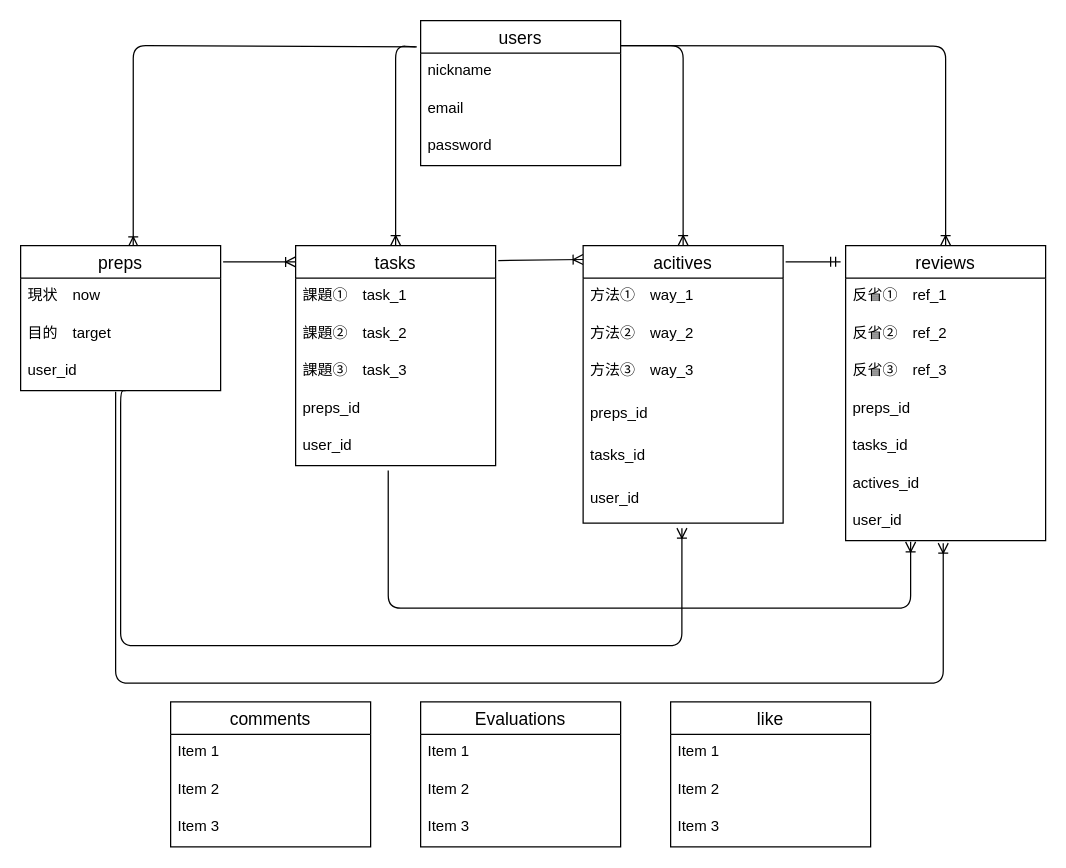
Earlier version of the draw.io diagram er.dio (tetutetu214/tekagami_2.0.0). Source tidied: cells renumbered, new cells numbered last; positions are measured from the earlier drawing's top-left corner, leaving out a move shared by most shapes. Both pictures are drawn from the tidied source at 125%, with x=0, y=0 at pixel (20, 20).
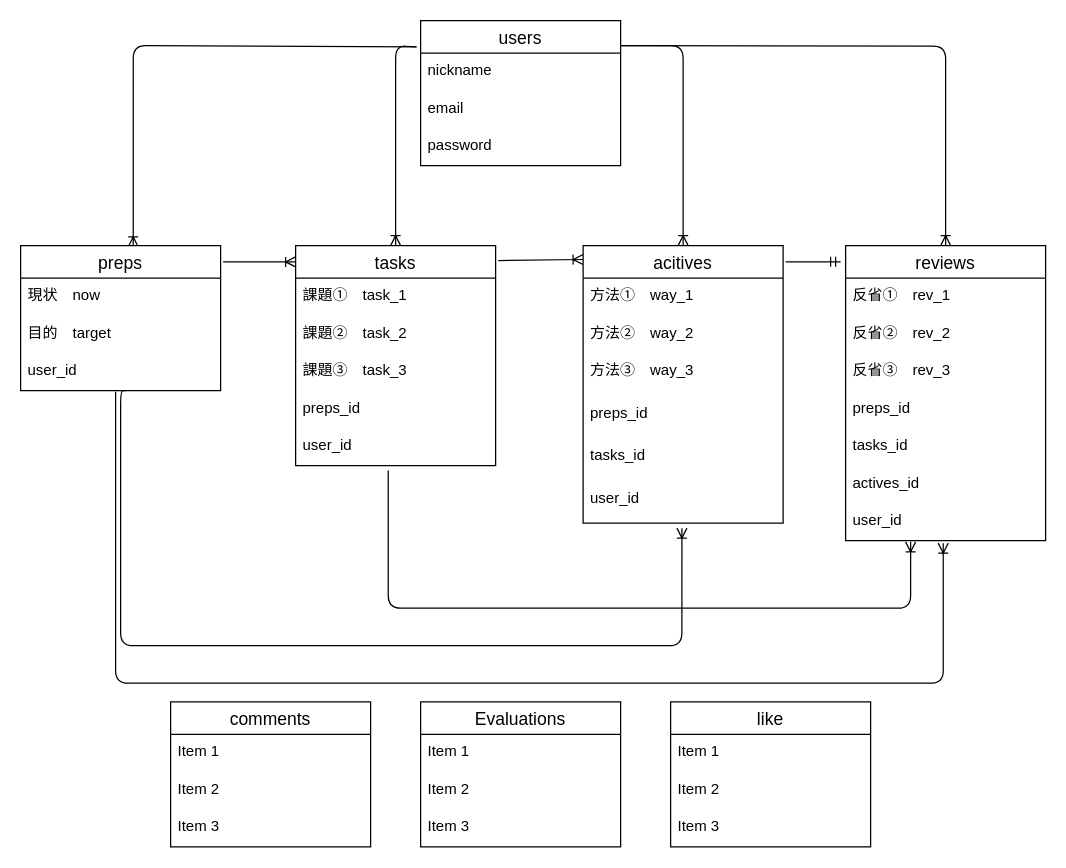
Above is the later version.

The change refers to these unchanged cells:
```xml
<mxCell id="23" value="reviews" style="swimlane;fontStyle=0;horizontal=1;startSize=26;align=center;fontSize=14;" parent="1" vertex="1">
  <mxGeometry x="660" y="180" width="160" height="236" as="geometry" />
</mxCell>
```

Change to the diagram source:
```diff
@@
-    <mxCell id="24" value="反省①　ref_1" style="text;strokeColor=none;fillColor=none;spacingLeft=4;spacingRight=4;overflow=hidden;fontSize=12;" parent="23" vertex="1">
+    <mxCell id="24" value="反省①　rev_1" style="text;strokeColor=none;fillColor=none;spacingLeft=4;spacingRight=4;overflow=hidden;fontSize=12;" parent="23" vertex="1">
       <mxGeometry y="26" width="160" height="30" as="geometry" />
     </mxCell>
-    <mxCell id="25" value="反省②　ref_2" style="text;strokeColor=none;fillColor=none;spacingLeft=4;spacingRight=4;overflow=hidden;fontSize=12;" parent="23" vertex="1">
+    <mxCell id="25" value="反省②　rev_2" style="text;strokeColor=none;fillColor=none;spacingLeft=4;spacingRight=4;overflow=hidden;fontSize=12;" parent="23" vertex="1">
       <mxGeometry y="56" width="160" height="30" as="geometry" />
     </mxCell>
-    <mxCell id="26" value="反省③　ref_3" style="text;strokeColor=none;fillColor=none;spacingLeft=4;spacingRight=4;overflow=hidden;fontSize=12;" parent="23" vertex="1">
+    <mxCell id="26" value="反省③　rev_3" style="text;strokeColor=none;fillColor=none;spacingLeft=4;spacingRight=4;overflow=hidden;fontSize=12;" parent="23" vertex="1">
       <mxGeometry y="86" width="160" height="30" as="geometry" />
     </mxCell>
```
